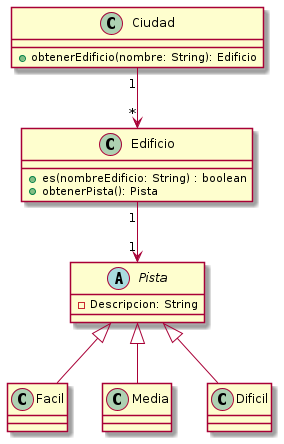
Above: diagrams/classes/clase_pista.png in MegaRedHand/algo-thief (PlantUML), before the change.
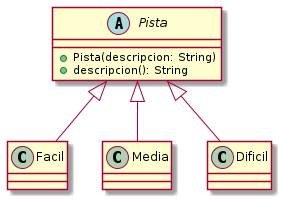
The same diagram one commit later.

What changed in the source:
```diff
@@ -1,22 +1,9 @@
 @startuml
 
-class Ciudad {
-    + obtenerEdificio(nombre: String): Edificio
+abstract class Pista {
+    + Pista(descripcion: String)
+    + descripcion(): String
 }
-
-
-class Edificio {
-    + es(nombreEdificio: String) : boolean
-    + obtenerPista(): Pista
-}
-
-Ciudad "1" --> "*" Edificio
-
-abstract class Pista {
-    - Descripcion: String
-}
-
-Edificio "1" --> "1" Pista
 
 class Facil extends Pista
 class Media extends Pista
```
